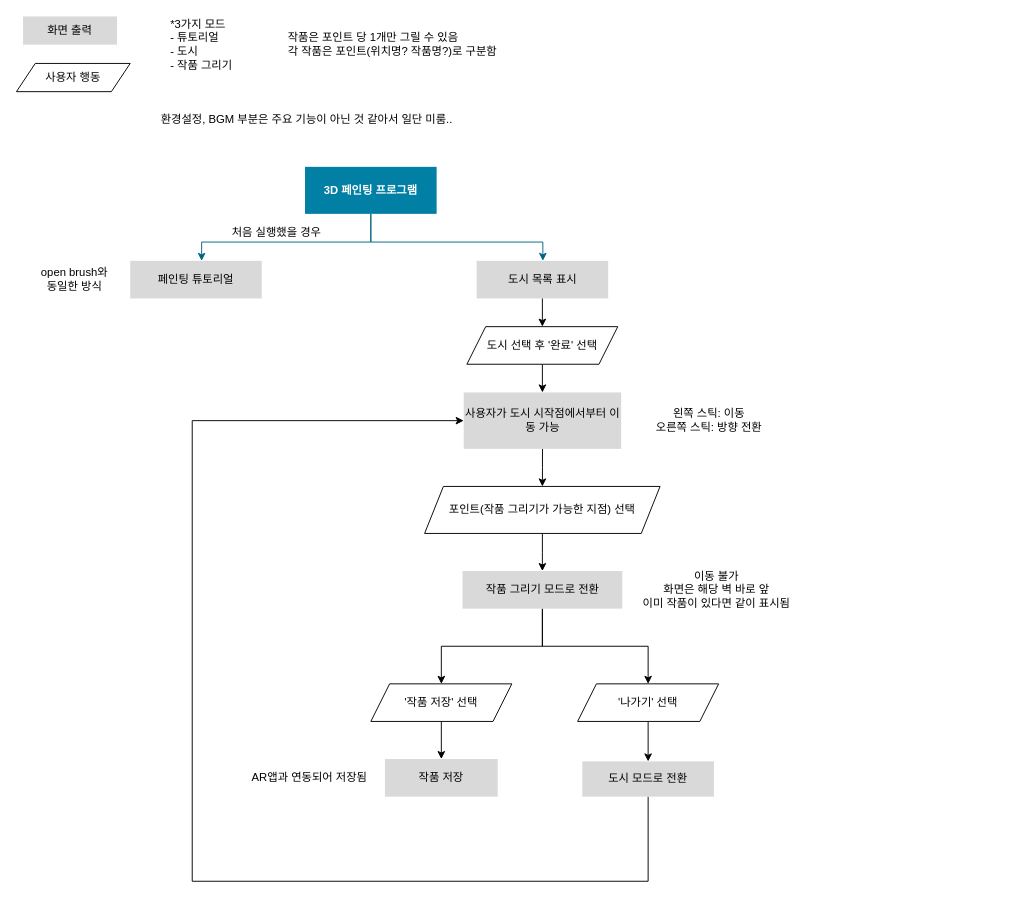
This is page "VR" (1 of 2) of Flowchart.drawio from VRain36/PTC_Planning, a draw.io file, before an edit. Source tidied: cells renumbered, new cells numbered last; positions are measured from the earlier drawing's top-left corner, leaving out a move shared by most shapes. Both pictures are drawn from the tidied source at 94%, with x=0, y=0 at pixel (16, 16).
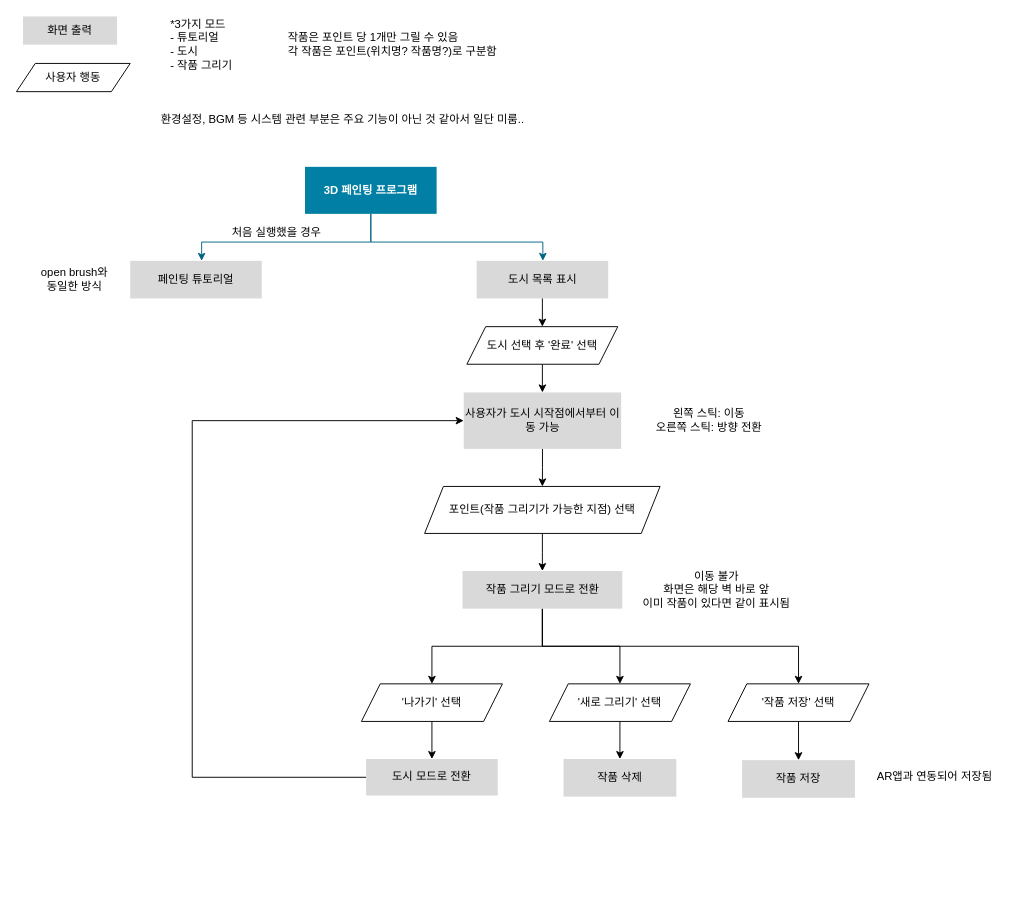
After the change.

The change refers to these unchanged cells:
```xml
<mxCell id="16" value="사용자가 도시 시작점에서부터 이동 가능" style="whiteSpace=wrap;html=1;fillColor=#D9D9D9;strokeColor=none;rounded=0;" parent="1" vertex="1">
  <mxGeometry x="475.8" y="400" width="167.5" height="60" as="geometry" />
</mxCell>
<mxCell id="22" value="작품 그리기 모드로 전환" style="whiteSpace=wrap;html=1;fillColor=#D9D9D9;strokeColor=none;rounded=0;" parent="1" vertex="1">
  <mxGeometry x="474.5" y="590" width="170" height="40" as="geometry" />
</mxCell>
```

Change to the diagram source:
```diff
@@
     <mxCell id="2" value="작품 저장" style="whiteSpace=wrap;html=1;fillColor=#D9D9D9;strokeColor=none;rounded=0;" parent="1" vertex="1">
-      <mxGeometry x="392" y="790" width="120" height="40" as="geometry" />
+      <mxGeometry x="772" y="791.2" width="120" height="40" as="geometry" />
     </mxCell>
@@
-    <mxCell id="20" style="edgeStyle=orthogonalEdgeStyle;rounded=0;jettySize=auto;html=1;strokeColor=#000000;" parent="1" edge="1" source="22" target="27">
-      <mxGeometry relative="1" as="geometry" />
+    <mxCell id="20" style="edgeStyle=orthogonalEdgeStyle;rounded=0;jettySize=auto;html=1;strokeColor=#000000;entryX=0.5;entryY=0;entryDx=0;entryDy=0;" parent="1" edge="1" source="22" target="27">
+      <mxGeometry relative="1" as="geometry">
+        <Array as="points">
+          <mxPoint x="560" y="670" />
+          <mxPoint x="832" y="670" />
+        </Array>
+      </mxGeometry>
     </mxCell>
@@
+    <mxCell id="34" style="edgeStyle=orthogonalEdgeStyle;rounded=0;jettySize=auto;html=1;entryX=0.5;entryY=0;entryDx=0;entryDy=0;strokeColor=#000000;" parent="1" edge="1" source="22" target="36">
+      <mxGeometry relative="1" as="geometry" />
+    </mxCell>
@@
     <mxCell id="27" value="'작품 저장' 선택" style="shape=parallelogram;perimeter=parallelogramPerimeter;whiteSpace=wrap;html=1;fixedSize=1;" parent="1" vertex="1">
-      <mxGeometry x="377" y="710" width="150" height="40" as="geometry" />
+      <mxGeometry x="757" y="710" width="150" height="40" as="geometry" />
     </mxCell>
@@
     <mxCell id="29" value="'나가기' 선택" style="shape=parallelogram;perimeter=parallelogramPerimeter;whiteSpace=wrap;html=1;fixedSize=1;" parent="1" vertex="1">
-      <mxGeometry x="597" y="710" width="150" height="40" as="geometry" />
+      <mxGeometry x="367" y="710" width="150" height="40" as="geometry" />
     </mxCell>
     <mxCell id="30" value="AR앱과 연동되어 저장됨" style="text;html=1;strokeColor=none;fillColor=none;align=center;verticalAlign=middle;whiteSpace=wrap;rounded=0;" parent="1" vertex="1">
-      <mxGeometry x="232" y="792.5" width="160" height="35" as="geometry" />
+      <mxGeometry x="897" y="791.2" width="160" height="35" as="geometry" />
     </mxCell>
     <mxCell id="31" style="edgeStyle=orthogonalEdgeStyle;rounded=0;jettySize=auto;html=1;strokeColor=#000000;entryX=0;entryY=0.5;entryDx=0;entryDy=0;" parent="1" edge="1" source="32" target="16">
       <mxGeometry relative="1" as="geometry">
         <Array as="points">
-          <mxPoint x="672" y="920" />
-          <mxPoint x="187" y="920" />
+          <mxPoint x="187" y="810" />
           <mxPoint x="187" y="430" />
         </Array>
       </mxGeometry>
     </mxCell>
     <mxCell id="32" value="도시 모드로 전환" style="whiteSpace=wrap;html=1;fillColor=#D9D9D9;strokeColor=none;rounded=0;fontColor=#000000;" parent="1" vertex="1">
-      <mxGeometry x="602" y="792.5" width="140" height="37.5" as="geometry" />
+      <mxGeometry x="372" y="790" width="140" height="38.8" as="geometry" />
     </mxCell>
-    <mxCell id="33" value="환경설정, BGM 부분은 주요 기능이 아닌 것 같아서 일단 미룸.." style="text;html=1;strokeColor=none;fillColor=none;align=left;verticalAlign=middle;whiteSpace=wrap;rounded=0;" parent="1" vertex="1">
-      <mxGeometry x="152" y="90" width="360" height="40" as="geometry" />
+    <mxCell id="33" value="환경설정, BGM 등 시스템 관련 부분은 주요 기능이 아닌 것 같아서 일단 미룸.." style="text;html=1;strokeColor=none;fillColor=none;align=left;verticalAlign=middle;whiteSpace=wrap;rounded=0;" parent="1" vertex="1">
+      <mxGeometry x="152" y="90" width="425" height="40" as="geometry" />
     </mxCell>
+    <mxCell id="35" style="edgeStyle=orthogonalEdgeStyle;rounded=0;jettySize=auto;html=1;strokeColor=#000000;" parent="1" edge="1" source="36" target="37">
+      <mxGeometry relative="1" as="geometry" />
+    </mxCell>
+    <mxCell id="36" value="'새로 그리기' 선택" style="shape=parallelogram;perimeter=parallelogramPerimeter;whiteSpace=wrap;html=1;fixedSize=1;" parent="1" vertex="1">
+      <mxGeometry x="567" y="710" width="150" height="40" as="geometry" />
+    </mxCell>
+    <mxCell id="37" value="작품 삭제" style="whiteSpace=wrap;html=1;fillColor=#D9D9D9;strokeColor=none;rounded=0;" parent="1" vertex="1">
+      <mxGeometry x="582" y="790" width="120" height="40" as="geometry" />
+    </mxCell>
```
